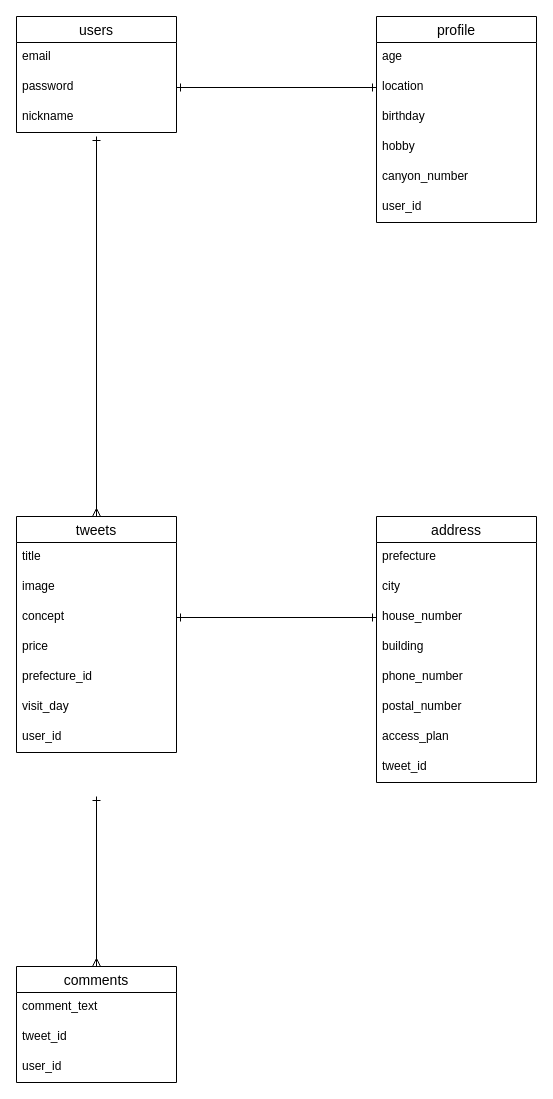
ya-3mameo/canyon-30433 keeps this draw.io diagram as entity.dio. Above is the earlier version. Source tidied: cells renumbered, new cells numbered last; positions are measured from the earlier drawing's top-left corner, leaving out a move shared by most shapes. Both pictures are drawn from the tidied source at 100%, with x=0, y=0 at pixel (16, 16).
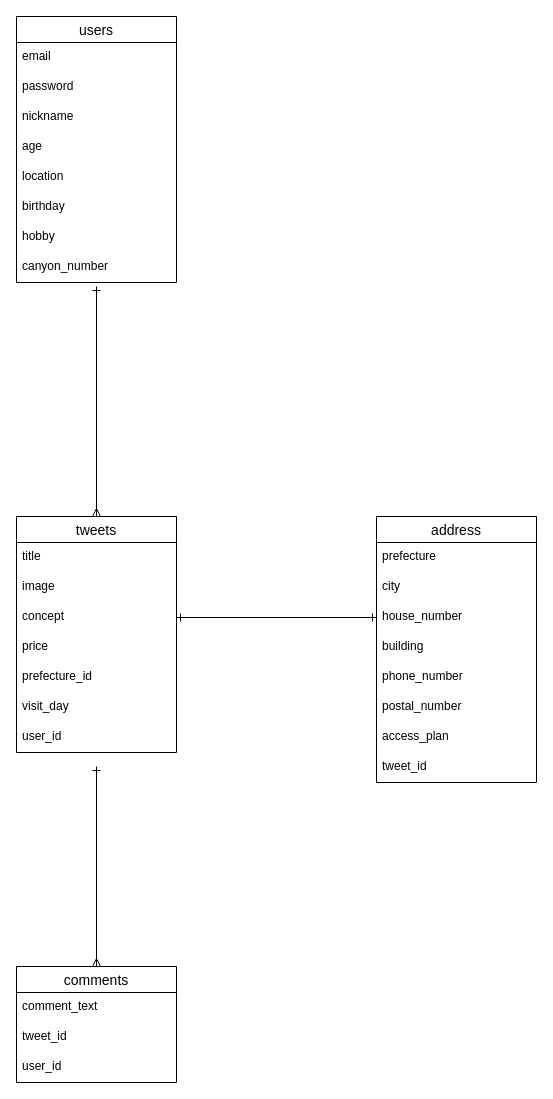
The same page after the edit.

Unchanged cells that the change refers to:
```xml
<mxCell id="4" value="password" style="text;strokeColor=none;fillColor=none;spacingLeft=4;spacingRight=4;overflow=hidden;points=[[0,0.5],[1,0.5]];portConstraint=eastwest;fontSize=12;" parent="2" vertex="1">
  <mxGeometry y="56" width="160" height="30" as="geometry" />
</mxCell>
<mxCell id="14" value="tweets" style="swimlane;fontStyle=0;horizontal=1;startSize=26;align=center;fontSize=14;" parent="1" vertex="1">
  <mxGeometry y="500" width="160" height="236" as="geometry" />
</mxCell>
<mxCell id="34" value="comments" style="swimlane;fontStyle=0;horizontal=1;startSize=26;align=center;fontSize=14;" parent="1" vertex="1">
  <mxGeometry y="950" width="160" height="116" as="geometry" />
</mxCell>
```

What changed in the source:
```diff
@@
     <mxCell id="2" value="users" style="swimlane;fontStyle=0;horizontal=1;startSize=26;align=center;fontSize=14;" parent="1" vertex="1">
-      <mxGeometry width="160" height="116" as="geometry" />
+      <mxGeometry width="160" height="266" as="geometry" />
     </mxCell>
@@
-    <mxCell id="6" value="profile" style="swimlane;fontStyle=0;horizontal=1;startSize=26;align=center;fontSize=14;" parent="1" vertex="1">
-      <mxGeometry x="360" width="160" height="206" as="geometry" />
-    </mxCell>
-    <mxCell id="7" value="age" style="text;strokeColor=none;fillColor=none;spacingLeft=4;spacingRight=4;overflow=hidden;fontSize=12;" parent="6" vertex="1">
-      <mxGeometry y="26" width="160" height="30" as="geometry" />
+    <mxCell id="7" value="age" style="text;strokeColor=none;fillColor=none;spacingLeft=4;spacingRight=4;overflow=hidden;fontSize=12;" parent="2" vertex="1">
+      <mxGeometry y="116" width="160" height="30" as="geometry" />
     </mxCell>
-    <mxCell id="8" value="location" style="text;strokeColor=none;fillColor=none;spacingLeft=4;spacingRight=4;overflow=hidden;points=[[0,0.5],[1,0.5]];portConstraint=eastwest;fontSize=12;" parent="6" vertex="1">
-      <mxGeometry y="56" width="160" height="30" as="geometry" />
+    <mxCell id="8" value="location" style="text;strokeColor=none;fillColor=none;spacingLeft=4;spacingRight=4;overflow=hidden;points=[[0,0.5],[1,0.5]];portConstraint=eastwest;fontSize=12;" parent="2" vertex="1">
+      <mxGeometry y="146" width="160" height="30" as="geometry" />
     </mxCell>
-    <mxCell id="9" value="birthday" style="text;strokeColor=none;fillColor=none;spacingLeft=4;spacingRight=4;overflow=hidden;fontSize=12;" parent="6" vertex="1">
-      <mxGeometry y="86" width="160" height="30" as="geometry" />
+    <mxCell id="9" value="birthday" style="text;strokeColor=none;fillColor=none;spacingLeft=4;spacingRight=4;overflow=hidden;fontSize=12;" parent="2" vertex="1">
+      <mxGeometry y="176" width="160" height="30" as="geometry" />
     </mxCell>
-    <mxCell id="10" value="hobby" style="text;strokeColor=none;fillColor=none;spacingLeft=4;spacingRight=4;overflow=hidden;fontSize=12;" parent="6" vertex="1">
-      <mxGeometry y="116" width="160" height="30" as="geometry" />
+    <mxCell id="10" value="hobby" style="text;strokeColor=none;fillColor=none;spacingLeft=4;spacingRight=4;overflow=hidden;fontSize=12;" parent="2" vertex="1">
+      <mxGeometry y="206" width="160" height="30" as="geometry" />
     </mxCell>
-    <mxCell id="11" value="canyon_number" style="text;strokeColor=none;fillColor=none;spacingLeft=4;spacingRight=4;overflow=hidden;fontSize=12;" parent="6" vertex="1">
-      <mxGeometry y="146" width="160" height="30" as="geometry" />
+    <mxCell id="11" value="canyon_number" style="text;strokeColor=none;fillColor=none;spacingLeft=4;spacingRight=4;overflow=hidden;fontSize=12;" parent="2" vertex="1">
+      <mxGeometry y="236" width="160" height="30" as="geometry" />
     </mxCell>
-    <mxCell id="12" value="user_id" style="text;strokeColor=none;fillColor=none;spacingLeft=4;spacingRight=4;overflow=hidden;fontSize=12;" parent="6" vertex="1">
-      <mxGeometry y="176" width="160" height="30" as="geometry" />
-    </mxCell>
     <mxCell id="13" style="edgeStyle=orthogonalEdgeStyle;rounded=0;jettySize=auto;html=1;exitX=0.5;exitY=0;exitDx=0;exitDy=0;startArrow=ERmany;startFill=0;endArrow=ERone;endFill=0;" parent="1" edge="1" source="14">
       <mxGeometry relative="1" as="geometry">
-        <mxPoint x="80" y="120" as="targetPoint" />
+        <mxPoint x="80" y="270" as="targetPoint" />
       </mxGeometry>
     </mxCell>
@@
     <mxCell id="31" style="edgeStyle=orthogonalEdgeStyle;rounded=0;jettySize=auto;html=1;exitX=0.5;exitY=0;exitDx=0;exitDy=0;startArrow=ERmany;startFill=0;endArrow=ERone;endFill=0;" parent="1" edge="1" source="34">
       <mxGeometry relative="1" as="geometry">
-        <mxPoint x="80" y="780" as="targetPoint" />
+        <mxPoint x="80" y="750" as="targetPoint" />
       </mxGeometry>
     </mxCell>
-    <mxCell id="32" style="edgeStyle=orthogonalEdgeStyle;rounded=0;jettySize=auto;html=1;exitX=1;exitY=0.5;exitDx=0;exitDy=0;entryX=0;entryY=0.5;entryDx=0;entryDy=0;startArrow=ERone;startFill=0;endArrow=ERone;endFill=0;" parent="1" edge="1" source="4" target="8">
-      <mxGeometry relative="1" as="geometry" />
-    </mxCell>
```
